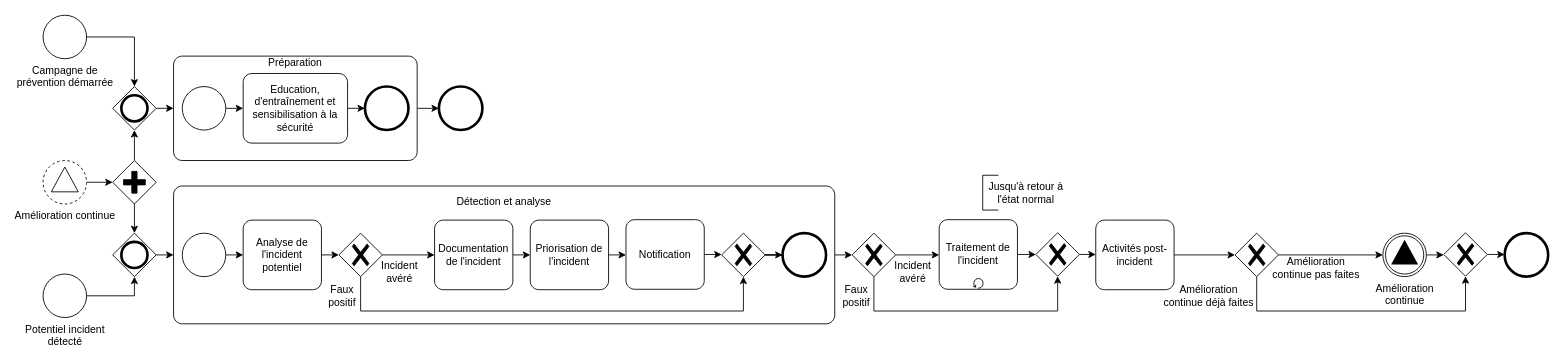
netmme/cyber-diagramme-d-activites keeps this draw.io diagram as NIST.drawio. Above is the earlier version. Source tidied: cells renumbered, new cells numbered last; positions are measured from the earlier drawing's top-left corner, leaving out a move shared by most shapes. Both pictures are drawn from the tidied source at 87%, with x=0, y=0 at pixel (43, 15).
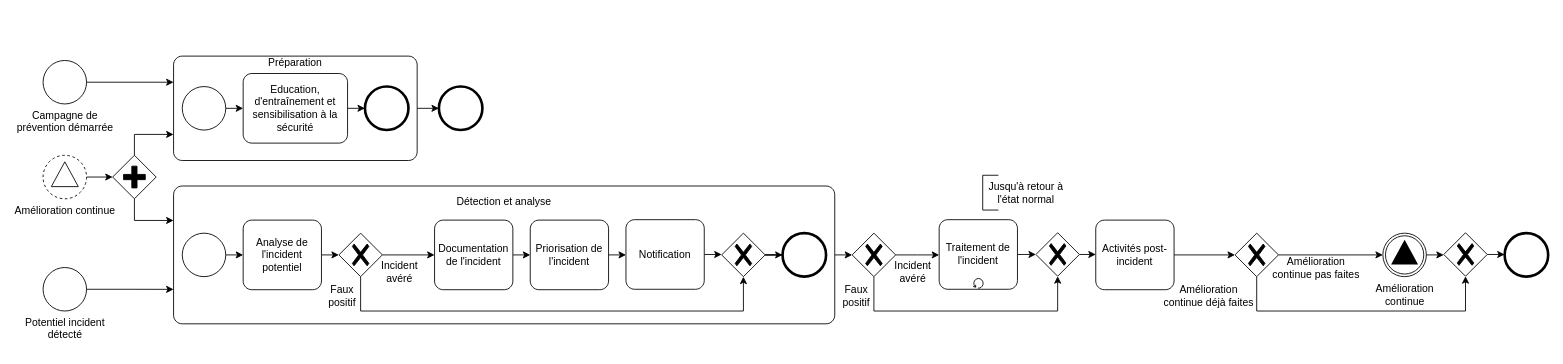
The same page after the edit.

Commit message:
Porte ou corrigée

Unchanged cells that the change refers to:
```xml
<mxCell id="3" style="points=[[0.25,0,0],[0.5,0,0],[0.75,0,0],[1,0.25,0],[1,0.5,0],[1,0.75,0],[0.75,1,0],[0.5,1,0],[0.25,1,0],[0,0.75,0],[0,0.5,0],[0,0.25,0]];shape=mxgraph.bpmn.task;whiteSpace=wrap;rectStyle=rounded;size=10;html=1;taskMarker=abstract;" parent="1" vertex="1">
  <mxGeometry x="150" y="196.3" width="760" height="158.4" as="geometry" />
</mxCell>
<mxCell id="9" style="points=[[0.25,0,0],[0.5,0,0],[0.75,0,0],[1,0.25,0],[1,0.5,0],[1,0.75,0],[0.75,1,0],[0.5,1,0],[0.25,1,0],[0,0.75,0],[0,0.5,0],[0,0.25,0]];shape=mxgraph.bpmn.task;whiteSpace=wrap;rectStyle=rounded;size=10;html=1;taskMarker=abstract;" parent="1" vertex="1">
  <mxGeometry x="150" y="47" width="280" height="120" as="geometry" />
</mxCell>
```

Diff of the diagram source:
```diff
@@
-    <mxCell id="4" style="edgeStyle=orthogonalEdgeStyle;rounded=0;jettySize=auto;html=1;exitX=1;exitY=0.5;exitDx=0;exitDy=0;exitPerimeter=0;entryX=0.5;entryY=1;entryDx=0;entryDy=0;entryPerimeter=0;" parent="1" edge="1" source="5" target="56">
+    <mxCell id="4" style="edgeStyle=orthogonalEdgeStyle;rounded=0;jettySize=auto;html=1;exitX=1;exitY=0.5;exitDx=0;exitDy=0;exitPerimeter=0;entryX=0;entryY=0.75;entryDx=0;entryDy=0;entryPerimeter=0;" parent="1" edge="1" source="5" target="3">
       <mxGeometry relative="1" as="geometry" />
     </mxCell>
     <mxCell id="5" value="Potentiel incident&lt;br&gt;détecté" style="points=[[0.145,0.145,0],[0.5,0,0],[0.855,0.145,0],[1,0.5,0],[0.855,0.855,0],[0.5,1,0],[0.145,0.855,0],[0,0.5,0]];shape=mxgraph.bpmn.event;html=1;verticalLabelPosition=bottom;labelBackgroundColor=#ffffff;verticalAlign=top;align=center;perimeter=ellipsePerimeter;outlineConnect=0;outline=standard;symbol=general;" parent="1" vertex="1">
-      <mxGeometry y="297.5" width="50" height="50" as="geometry" />
+      <mxGeometry y="290" width="50" height="50" as="geometry" />
     </mxCell>
-    <mxCell id="6" style="edgeStyle=orthogonalEdgeStyle;rounded=0;jettySize=auto;html=1;exitX=1;exitY=0.5;exitDx=0;exitDy=0;exitPerimeter=0;entryX=0.5;entryY=0;entryDx=0;entryDy=0;entryPerimeter=0;" parent="1" edge="1" source="7" target="54">
+    <mxCell id="6" style="edgeStyle=orthogonalEdgeStyle;rounded=0;jettySize=auto;html=1;exitX=1;exitY=0.5;exitDx=0;exitDy=0;exitPerimeter=0;entryX=0;entryY=0.25;entryDx=0;entryDy=0;entryPerimeter=0;" parent="1" edge="1" source="7" target="9">
       <mxGeometry relative="1" as="geometry" />
     </mxCell>
     <mxCell id="7" value="Campagne de&lt;br&gt;prévention démarrée" style="points=[[0.145,0.145,0],[0.5,0,0],[0.855,0.145,0],[1,0.5,0],[0.855,0.855,0],[0.5,1,0],[0.145,0.855,0],[0,0.5,0]];shape=mxgraph.bpmn.event;html=1;verticalLabelPosition=bottom;labelBackgroundColor=#ffffff;verticalAlign=top;align=center;perimeter=ellipsePerimeter;outlineConnect=0;outline=standard;symbol=general;" parent="1" vertex="1">
-      <mxGeometry width="50" height="50" as="geometry" />
+      <mxGeometry y="52" width="50" height="50" as="geometry" />
     </mxCell>
@@
     <mxCell id="52" value="Amélioration continue" style="points=[[0.145,0.145,0],[0.5,0,0],[0.855,0.145,0],[1,0.5,0],[0.855,0.855,0],[0.5,1,0],[0.145,0.855,0],[0,0.5,0]];shape=mxgraph.bpmn.event;html=1;verticalLabelPosition=bottom;labelBackgroundColor=#ffffff;verticalAlign=top;align=center;perimeter=ellipsePerimeter;outlineConnect=0;outline=eventNonint;symbol=signal;" parent="1" vertex="1">
-      <mxGeometry y="167" width="50" height="50" as="geometry" />
+      <mxGeometry y="161" width="50" height="50" as="geometry" />
     </mxCell>
-    <mxCell id="53" style="edgeStyle=orthogonalEdgeStyle;rounded=0;jettySize=auto;html=1;exitX=1;exitY=0.5;exitDx=0;exitDy=0;exitPerimeter=0;entryX=0;entryY=0.5;entryDx=0;entryDy=0;entryPerimeter=0;" parent="1" edge="1" source="54" target="9">
-      <mxGeometry relative="1" as="geometry" />
-    </mxCell>
-    <mxCell id="54" style="points=[[0.25,0.25,0],[0.5,0,0],[0.75,0.25,0],[1,0.5,0],[0.75,0.75,0],[0.5,1,0],[0.25,0.75,0],[0,0.5,0]];shape=mxgraph.bpmn.gateway2;html=1;verticalLabelPosition=bottom;labelBackgroundColor=#ffffff;verticalAlign=top;align=center;perimeter=rhombusPerimeter;outlineConnect=0;outline=end;symbol=general;" parent="1" vertex="1">
-      <mxGeometry x="80" y="82" width="50" height="50" as="geometry" />
-    </mxCell>
-    <mxCell id="55" style="edgeStyle=orthogonalEdgeStyle;rounded=0;jettySize=auto;html=1;exitX=1;exitY=0.5;exitDx=0;exitDy=0;exitPerimeter=0;entryX=0;entryY=0.5;entryDx=0;entryDy=0;entryPerimeter=0;" parent="1" edge="1" source="56" target="3">
-      <mxGeometry relative="1" as="geometry" />
-    </mxCell>
-    <mxCell id="56" style="points=[[0.25,0.25,0],[0.5,0,0],[0.75,0.25,0],[1,0.5,0],[0.75,0.75,0],[0.5,1,0],[0.25,0.75,0],[0,0.5,0]];shape=mxgraph.bpmn.gateway2;html=1;verticalLabelPosition=bottom;labelBackgroundColor=#ffffff;verticalAlign=top;align=center;perimeter=rhombusPerimeter;outlineConnect=0;outline=end;symbol=general;" parent="1" vertex="1">
-      <mxGeometry x="80" y="250.5" width="50" height="50" as="geometry" />
-    </mxCell>
-    <mxCell id="57" style="edgeStyle=orthogonalEdgeStyle;rounded=0;jettySize=auto;html=1;exitX=0.5;exitY=0;exitDx=0;exitDy=0;exitPerimeter=0;entryX=0.5;entryY=1;entryDx=0;entryDy=0;entryPerimeter=0;" parent="1" edge="1" source="59" target="54">
+    <mxCell id="57" style="edgeStyle=orthogonalEdgeStyle;rounded=0;jettySize=auto;html=1;exitX=0.5;exitY=0;exitDx=0;exitDy=0;exitPerimeter=0;entryX=0;entryY=0.75;entryDx=0;entryDy=0;entryPerimeter=0;" parent="1" edge="1" source="59" target="9">
       <mxGeometry relative="1" as="geometry" />
     </mxCell>
-    <mxCell id="58" style="edgeStyle=orthogonalEdgeStyle;rounded=0;jettySize=auto;html=1;exitX=0.5;exitY=1;exitDx=0;exitDy=0;exitPerimeter=0;entryX=0.5;entryY=0;entryDx=0;entryDy=0;entryPerimeter=0;" parent="1" edge="1" source="59" target="56">
+    <mxCell id="58" style="edgeStyle=orthogonalEdgeStyle;rounded=0;jettySize=auto;html=1;exitX=0.5;exitY=1;exitDx=0;exitDy=0;exitPerimeter=0;entryX=0;entryY=0.25;entryDx=0;entryDy=0;entryPerimeter=0;" parent="1" edge="1" source="59" target="3">
       <mxGeometry relative="1" as="geometry" />
     </mxCell>
     <mxCell id="59" style="points=[[0.25,0.25,0],[0.5,0,0],[0.75,0.25,0],[1,0.5,0],[0.75,0.75,0],[0.5,1,0],[0.25,0.75,0],[0,0.5,0]];shape=mxgraph.bpmn.gateway2;html=1;verticalLabelPosition=bottom;labelBackgroundColor=#ffffff;verticalAlign=top;align=center;perimeter=rhombusPerimeter;outlineConnect=0;outline=none;symbol=none;gwType=parallel;" parent="1" vertex="1">
-      <mxGeometry x="80" y="167" width="50" height="50" as="geometry" />
+      <mxGeometry x="80" y="161" width="50" height="50" as="geometry" />
     </mxCell>
```
